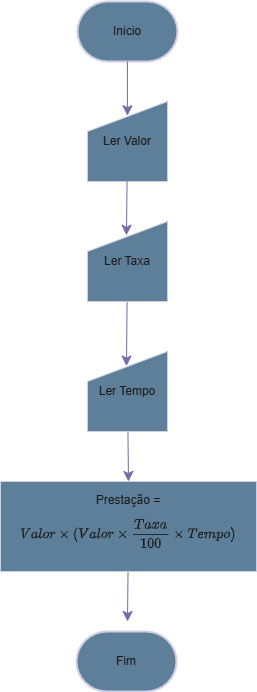
Before: Diagramas/exercicios5.drawio.png, a diagram exported from draw.io (andrew-cdia/algoritmos-lista1). Source tidied: cells renumbered, new cells last; positions are measured from the earlier drawing's top-left corner, leaving out a move shared by most shapes.
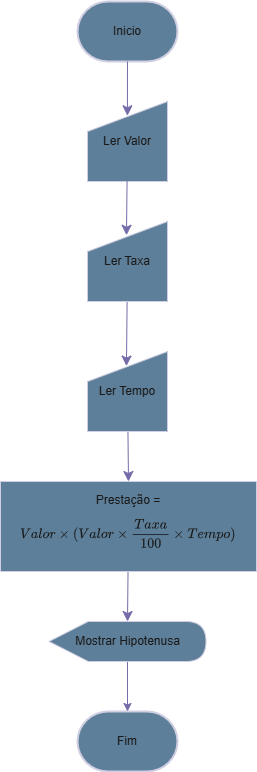
After the change.

Change to the diagram source:
```diff
@@ -6,7 +6,7 @@
       <mxGeometry x="77" width="100" height="60" as="geometry" />
     </mxCell>
     <mxCell id="3" value="Fim" style="strokeWidth=2;html=1;shape=mxgraph.flowchart.terminator;whiteSpace=wrap;labelBackgroundColor=none;fillColor=#5D7F99;strokeColor=#D0CEE2;fontColor=#1A1A1A;" parent="1" vertex="1">
-      <mxGeometry x="76" y="630" width="100" height="60" as="geometry" />
+      <mxGeometry x="77" y="710" width="100" height="60" as="geometry" />
     </mxCell>
     <mxCell id="4" style="edgeStyle=none;curved=1;rounded=0;jettySize=auto;html=1;entryX=0.487;entryY=0.182;entryDx=0;entryDy=0;fontSize=12;startSize=8;endSize=8;entryPerimeter=0;labelBackgroundColor=none;strokeColor=#736CA8;fontColor=default;" parent="1" edge="1" source="5" target="8">
       <mxGeometry relative="1" as="geometry" />
@@ -37,5 +37,11 @@
     <mxCell id="12" style="edgeStyle=none;curved=1;rounded=0;jettySize=auto;html=1;entryX=0.487;entryY=0.172;entryDx=0;entryDy=0;entryPerimeter=0;fontSize=12;startSize=8;endSize=8;labelBackgroundColor=none;strokeColor=#736CA8;fontColor=default;" parent="1" edge="1" source="6" target="5">
       <mxGeometry relative="1" as="geometry" />
     </mxCell>
+    <mxCell id="13" style="edgeStyle=orthogonalEdgeStyle;rounded=0;jettySize=auto;html=1;strokeColor=#736CA8;fontColor=#1A1A1A;" parent="1" edge="1" source="14" target="3">
+      <mxGeometry relative="1" as="geometry" />
+    </mxCell>
+    <mxCell id="14" value="Mostrar Hipotenusa" style="shape=display;whiteSpace=wrap;html=1;strokeColor=#D0CEE2;fontColor=#1A1A1A;fillColor=#5D7F99;" parent="1" vertex="1">
+      <mxGeometry x="48.5" y="620" width="157" height="40" as="geometry" />
+    </mxCell>
   </root>
 </mxGraphModel>
```
